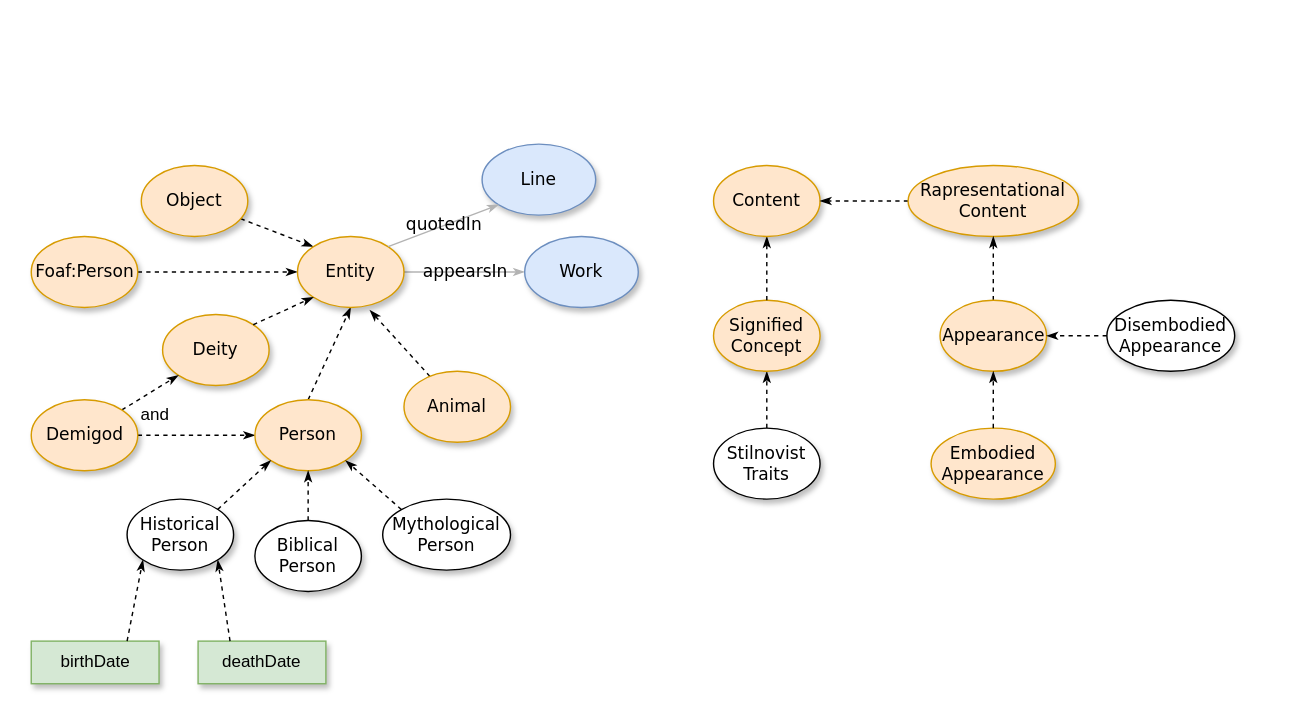
Before: Work_Entity.drawio in SeleniaAnastasi/GeneredOntoComedy, a draw.io diagram. Source tidied: cells renumbered, new cells numbered last; positions are measured from the earlier drawing's top-left corner, leaving out a move shared by most shapes. Both pictures are drawn from the tidied source at 142%, with x=0, y=0 at pixel (30, 143).
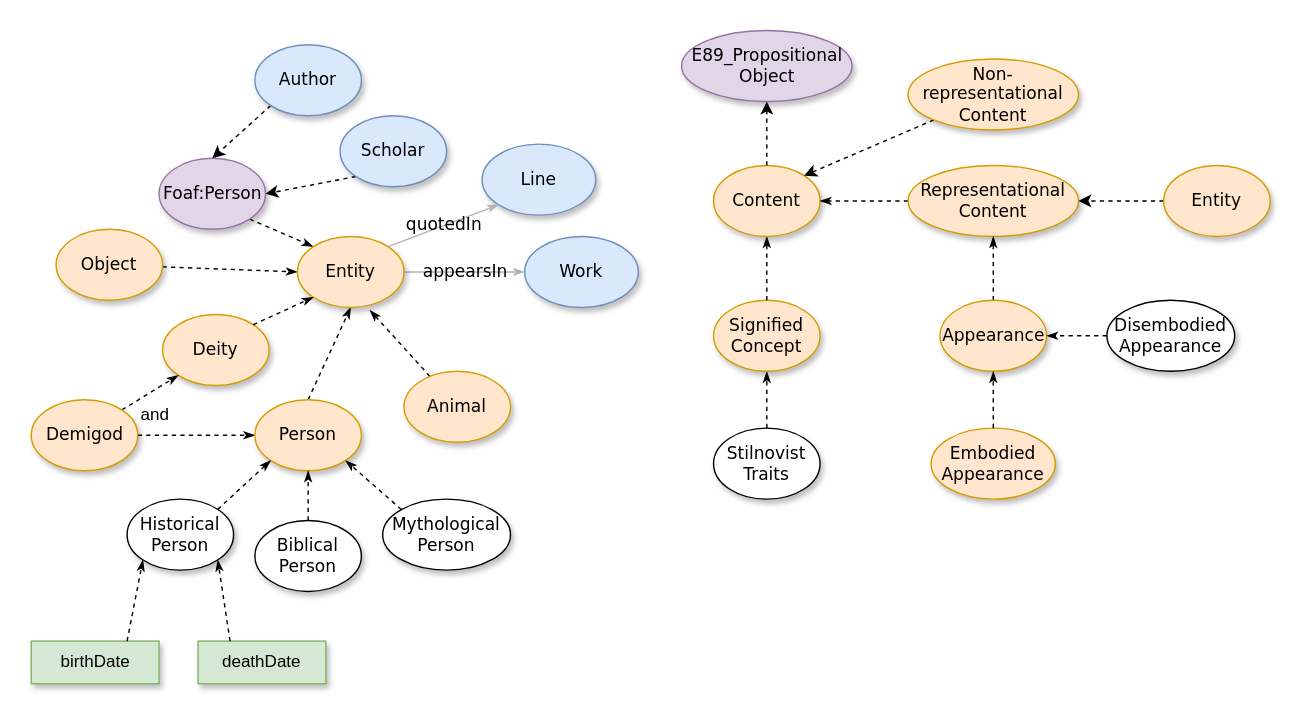
After the change.

Unchanged cells that the change refers to:
```xml
<mxCell id="12" value="&lt;span&gt;Content&lt;/span&gt;" style="ellipse;whiteSpace=wrap;html=1;rounded=0;shadow=1;comic=0;labelBackgroundColor=none;strokeWidth=1;fontFamily=Verdana;fontSize=12;align=center;fillColor=#ffe6cc;strokeColor=#d79b00;" parent="1" vertex="1">
  <mxGeometry x="481" y="15" width="75" height="50" as="geometry" />
</mxCell>
<mxCell id="18" value="Entity" style="ellipse;whiteSpace=wrap;html=1;rounded=0;shadow=1;comic=0;labelBackgroundColor=none;strokeWidth=1;fontFamily=Verdana;fontSize=12;align=center;fillColor=#ffe6cc;strokeColor=#d79b00;" parent="1" vertex="1">
  <mxGeometry x="188" y="65" width="75" height="50" as="geometry" />
</mxCell>
```

Diff of the diagram source:
```diff
@@
-    <mxCell id="2" style="edgeStyle=none;rounded=1;html=1;labelBackgroundColor=none;startArrow=none;startFill=0;startSize=5;endArrow=classicThin;endFill=1;endSize=5;jettySize=auto;strokeColor=#000000;strokeWidth=1;fontFamily=Verdana;fontSize=12;entryX=0;entryY=0;entryDx=0;entryDy=0;dashed=1;" parent="1" edge="1" source="13" target="18">
+    <mxCell id="2" style="edgeStyle=none;rounded=1;html=1;labelBackgroundColor=none;startArrow=none;startFill=0;startSize=5;endArrow=classicThin;endFill=1;endSize=5;jettySize=auto;strokeColor=#000000;strokeWidth=1;fontFamily=Verdana;fontSize=12;entryX=0;entryY=0.5;entryDx=0;entryDy=0;dashed=1;" parent="1" edge="1" source="13" target="18">
       <mxGeometry relative="1" as="geometry" />
     </mxCell>
@@
     <mxCell id="13" value="&lt;span&gt;Object&lt;/span&gt;" style="ellipse;whiteSpace=wrap;html=1;rounded=0;shadow=1;comic=0;labelBackgroundColor=none;strokeWidth=1;fontFamily=Verdana;fontSize=12;align=center;fillColor=#ffe6cc;strokeColor=#d79b00;" parent="1" vertex="1">
-      <mxGeometry x="78" y="15" width="75" height="50" as="geometry" />
+      <mxGeometry x="18" y="60" width="75" height="50" as="geometry" />
     </mxCell>
-    <mxCell id="14" style="edgeStyle=none;rounded=1;html=1;labelBackgroundColor=none;startArrow=none;startFill=0;startSize=5;endArrow=classicThin;endFill=1;endSize=5;jettySize=auto;strokeColor=#000000;strokeWidth=1;fontFamily=Verdana;fontSize=12;exitX=1;exitY=0.5;exitDx=0;exitDy=0;entryX=0;entryY=0.5;entryDx=0;entryDy=0;dashed=1;" parent="1" edge="1" source="16" target="18">
+    <mxCell id="14" style="edgeStyle=none;rounded=1;html=1;labelBackgroundColor=none;startArrow=none;startFill=0;startSize=5;endArrow=classicThin;endFill=1;endSize=5;jettySize=auto;strokeColor=#000000;strokeWidth=1;fontFamily=Verdana;fontSize=12;exitX=1;exitY=1;exitDx=0;exitDy=0;entryX=0;entryY=0;entryDx=0;entryDy=0;dashed=1;" parent="1" edge="1" source="16" target="18">
       <mxGeometry relative="1" as="geometry" />
     </mxCell>
@@
-    <mxCell id="16" value="Foaf:Person" style="ellipse;whiteSpace=wrap;html=1;rounded=0;shadow=1;comic=0;labelBackgroundColor=none;strokeWidth=1;fontFamily=Verdana;fontSize=12;align=center;fillColor=#ffe6cc;strokeColor=#d79b00;" parent="1" vertex="1">
-      <mxGeometry x="0.5" y="65" width="75" height="50" as="geometry" />
+    <mxCell id="16" value="Foaf:Person" style="ellipse;whiteSpace=wrap;html=1;rounded=0;shadow=1;comic=0;labelBackgroundColor=none;strokeWidth=1;fontFamily=Verdana;fontSize=12;align=center;fillColor=#e1d5e7;strokeColor=#9673a6;" parent="1" vertex="1">
+      <mxGeometry x="90.5" y="10" width="75" height="50" as="geometry" />
     </mxCell>
@@
+    <mxCell id="44" style="edgeStyle=orthogonalEdgeStyle;rounded=0;jettySize=auto;html=1;dashed=1;strokeColor=#000000;exitX=0.5;exitY=0;exitDx=0;exitDy=0;" parent="1" edge="1" source="12" target="47">
+      <mxGeometry relative="1" as="geometry" />
+    </mxCell>
-    <mxCell id="25" value="&lt;span&gt;Rapresentational&lt;br&gt;Content&lt;br&gt;&lt;/span&gt;" style="ellipse;whiteSpace=wrap;html=1;rounded=0;shadow=1;comic=0;labelBackgroundColor=none;strokeWidth=1;fontFamily=Verdana;fontSize=12;align=center;fillColor=#ffe6cc;strokeColor=#d79b00;" parent="1" vertex="1">
+    <mxCell id="25" value="&lt;span&gt;Representational&lt;br&gt;Content&lt;br&gt;&lt;/span&gt;" style="ellipse;whiteSpace=wrap;html=1;rounded=0;shadow=1;comic=0;labelBackgroundColor=none;strokeWidth=1;fontFamily=Verdana;fontSize=12;align=center;fillColor=#ffe6cc;strokeColor=#d79b00;" parent="1" vertex="1">
       <mxGeometry x="618" y="15" width="120" height="50" as="geometry" />
     </mxCell>
@@
+    <mxCell id="45" style="edgeStyle=orthogonalEdgeStyle;rounded=0;jettySize=auto;html=1;dashed=1;strokeColor=#000000;" parent="1" edge="1" source="46" target="25">
+      <mxGeometry relative="1" as="geometry" />
+    </mxCell>
+    <mxCell id="46" value="&lt;span&gt;Entity&lt;/span&gt;" style="ellipse;whiteSpace=wrap;html=1;rounded=0;shadow=1;comic=0;labelBackgroundColor=none;strokeWidth=1;fontFamily=Verdana;fontSize=12;align=center;fillColor=#ffe6cc;strokeColor=#d79b00;" parent="1" vertex="1">
+      <mxGeometry x="798" y="15" width="75" height="50" as="geometry" />
+    </mxCell>
+    <mxCell id="47" value="&lt;span&gt;E89_Propositional&lt;br&gt;Object&lt;br&gt;&lt;/span&gt;" style="ellipse;whiteSpace=wrap;html=1;rounded=0;shadow=1;comic=0;labelBackgroundColor=none;strokeWidth=1;fontFamily=Verdana;fontSize=12;align=center;fillColor=#e1d5e7;strokeColor=#9673a6;" parent="1" vertex="1">
+      <mxGeometry x="458.5" y="-80" width="120" height="50" as="geometry" />
+    </mxCell>
+    <mxCell id="48" style="rounded=0;jettySize=auto;html=1;dashed=1;strokeColor=#000000;entryX=0.5;entryY=0;entryDx=0;entryDy=0;exitX=0;exitY=1;exitDx=0;exitDy=0;" parent="1" edge="1" source="49" target="16">
+      <mxGeometry relative="1" as="geometry" />
+    </mxCell>
+    <mxCell id="49" value="&lt;span&gt;Author&lt;/span&gt;" style="ellipse;whiteSpace=wrap;html=1;rounded=0;shadow=1;comic=0;labelBackgroundColor=none;strokeWidth=1;fontFamily=Verdana;fontSize=12;align=center;fillColor=#dae8fc;strokeColor=#6c8ebf;" parent="1" vertex="1">
+      <mxGeometry x="158" y="-70" width="75" height="50" as="geometry" />
+    </mxCell>
+    <mxCell id="50" style="rounded=0;jettySize=auto;html=1;dashed=1;strokeColor=default;exitX=0;exitY=1;exitDx=0;exitDy=0;entryX=1;entryY=0.5;entryDx=0;entryDy=0;" parent="1" edge="1" source="51" target="16">
+      <mxGeometry relative="1" as="geometry" />
+    </mxCell>
+    <mxCell id="51" value="&lt;span&gt;Scholar&lt;/span&gt;" style="ellipse;whiteSpace=wrap;html=1;rounded=0;shadow=1;comic=0;labelBackgroundColor=none;strokeWidth=1;fontFamily=Verdana;fontSize=12;align=center;fillColor=#dae8fc;strokeColor=#6c8ebf;" parent="1" vertex="1">
+      <mxGeometry x="218" y="-20" width="75" height="50" as="geometry" />
+    </mxCell>
+    <mxCell id="52" style="edgeStyle=none;rounded=0;jettySize=auto;html=1;dashed=1;strokeColor=default;entryX=1;entryY=0;entryDx=0;entryDy=0;" parent="1" edge="1" source="53" target="12">
+      <mxGeometry relative="1" as="geometry" />
+    </mxCell>
+    <mxCell id="53" value="&lt;span&gt;Non-representational&lt;br&gt;Content&lt;br&gt;&lt;/span&gt;" style="ellipse;whiteSpace=wrap;html=1;rounded=0;shadow=1;comic=0;labelBackgroundColor=none;strokeWidth=1;fontFamily=Verdana;fontSize=12;align=center;fillColor=#ffe6cc;strokeColor=#d79b00;" parent="1" vertex="1">
+      <mxGeometry x="618" y="-60" width="120" height="50" as="geometry" />
+    </mxCell>
```
